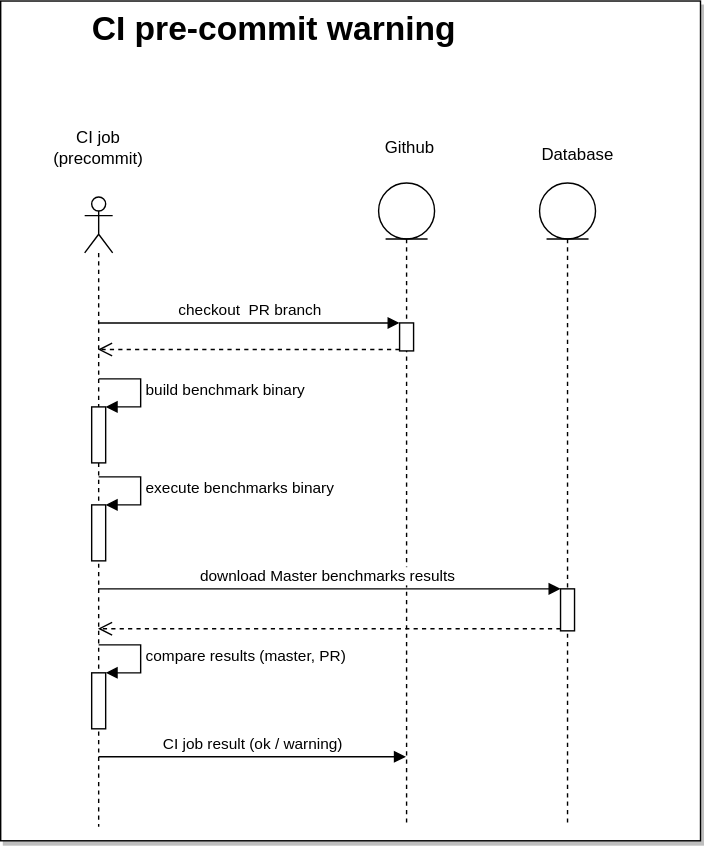
Earlier version of the draw.io export op_benchmarks_proposal/ci_precommit.svg (jdanieck/openvino). Source tidied: cells renumbered, new cells last; positions are measured from the earlier drawing's top-left corner, leaving out a move shared by most shapes.
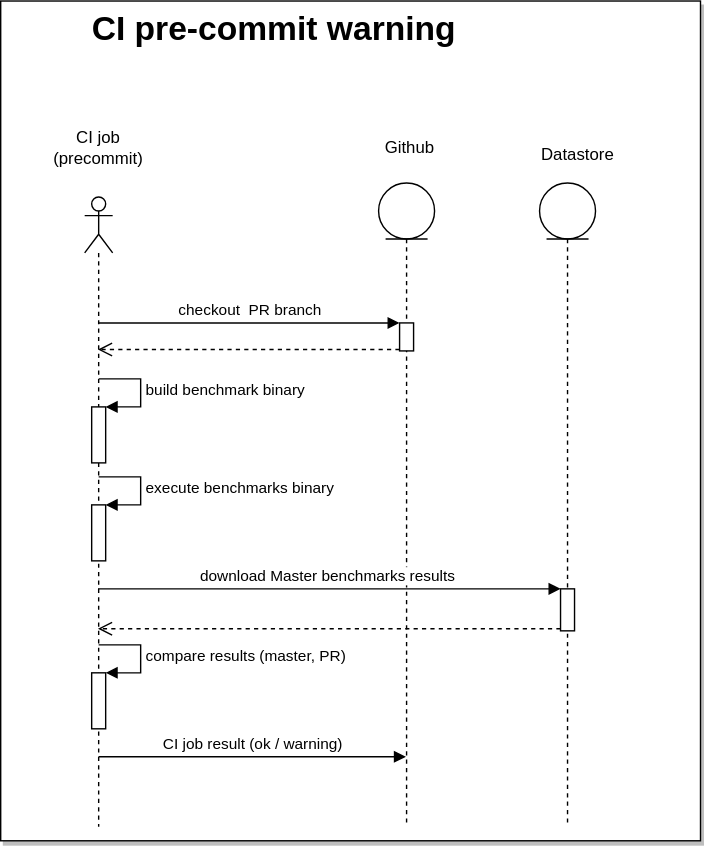
The same file after the commit.

Commit message:
CI section updated. Added Naming convention section.

Diff of the diagram source:
```diff
@@ -72,7 +72,7 @@
     <mxCell id="18" style="html=1;points=[];perimeter=orthogonalPerimeter;" parent="17" vertex="1">
       <mxGeometry x="15" y="290" width="10" height="30" as="geometry" />
     </mxCell>
-    <mxCell id="19" value="Database" style="text;html=1;strokeColor=none;fillColor=none;align=center;verticalAlign=middle;whiteSpace=wrap;rounded=0;" parent="1" vertex="1">
+    <mxCell id="19" value="Datastore" style="text;html=1;strokeColor=none;fillColor=none;align=center;verticalAlign=middle;whiteSpace=wrap;rounded=0;" parent="1" vertex="1">
       <mxGeometry x="390" y="100" width="45" height="20" as="geometry" />
     </mxCell>
     <mxCell id="20" value="download Master benchmarks results&amp;nbsp;" style="html=1;verticalAlign=bottom;endArrow=block;entryX=0;entryY=0;" parent="1" edge="1" source="3" target="18">
```
